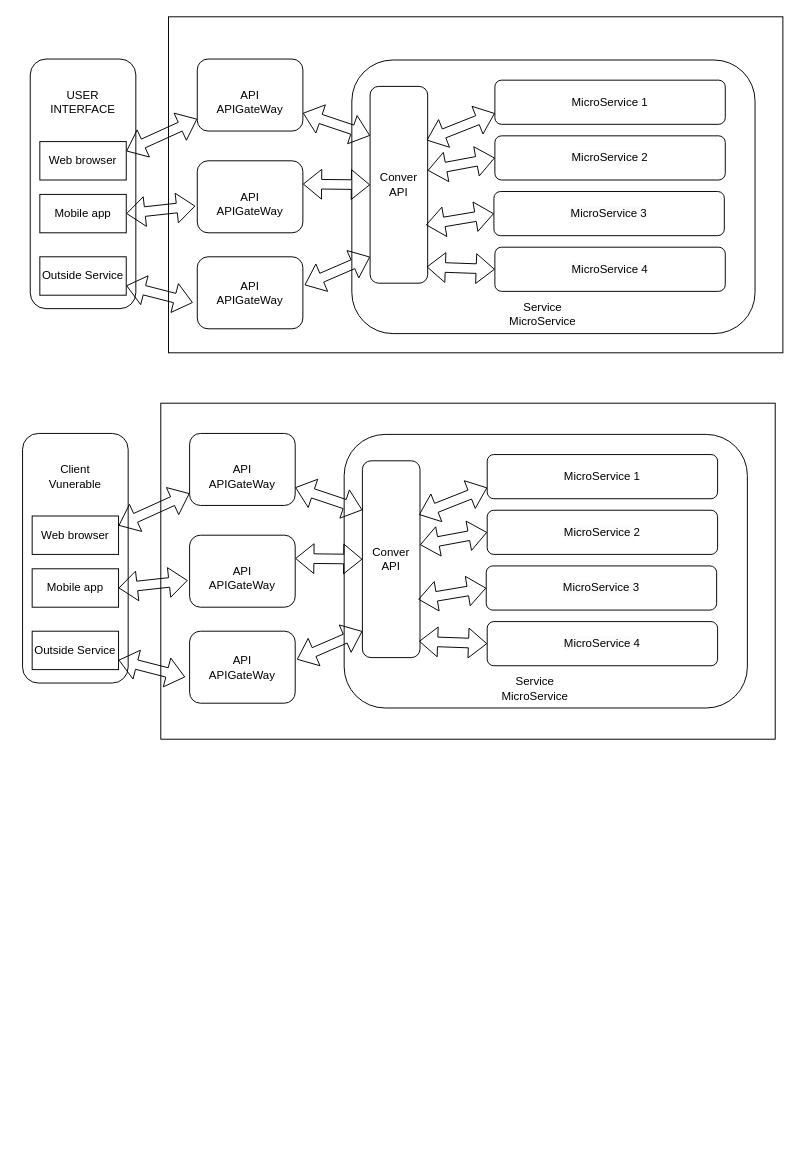
Earlier version of the draw.io diagram Biểu đồ không có tiêu đề.drawio (Sang-ATTN-UIT/API-GateWay). Source tidied: cells renumbered, new cells numbered last; positions are measured from the earlier drawing's top-left corner, leaving out a move shared by most shapes. Both pictures are drawn from the tidied source at 96%, with x=0, y=0 at pixel (22, 16).
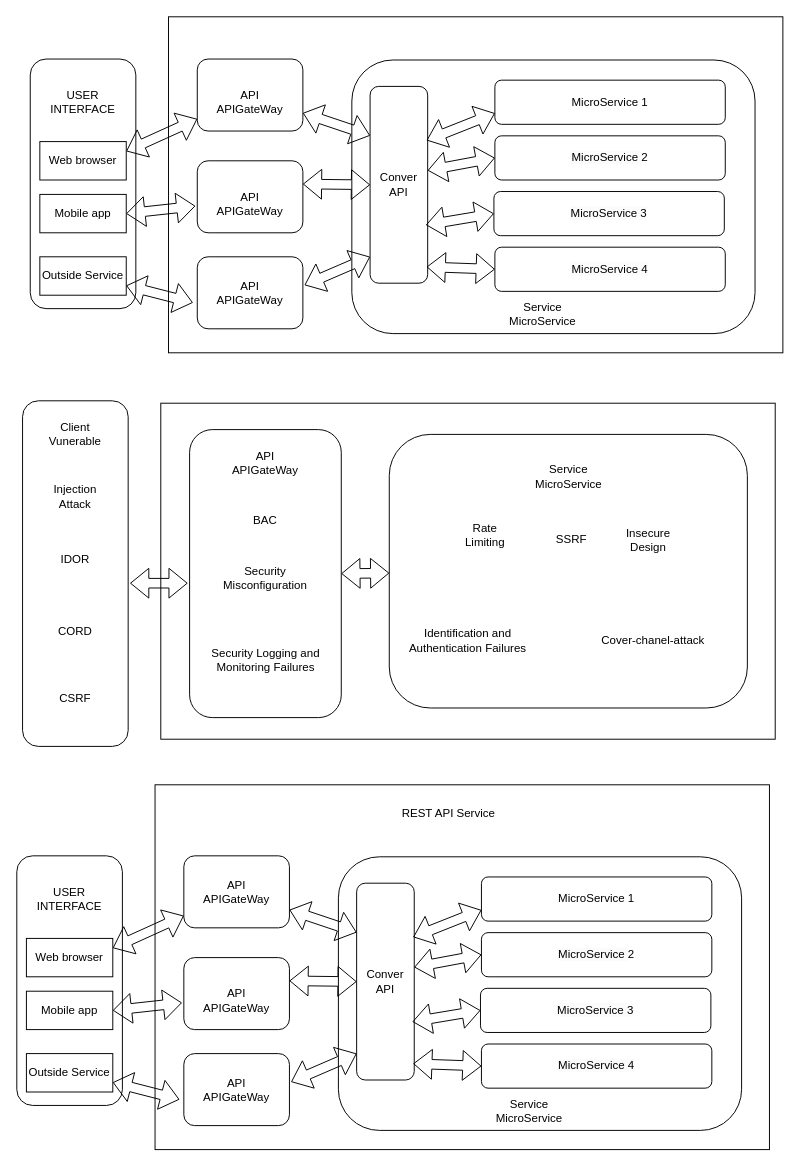
The same diagram, later.

Commit message:
Cập nhật Biểu đồ không có tiêu đề.drawio

What changed in the source:
```diff
@@
     <mxCell id="32" style="rounded=1;whiteSpace=wrap;html=1;" parent="1" vertex="1">
-      <mxGeometry y="434" width="110" height="260" as="geometry" />
+      <mxGeometry y="400" width="110" height="360" as="geometry" />
     </mxCell>
     <mxCell id="33" style="rounded=1;whiteSpace=wrap;html=1;" parent="1" vertex="1">
-      <mxGeometry x="335" y="435" width="420" height="285" as="geometry" />
+      <mxGeometry x="382" y="435" width="373" height="285" as="geometry" />
     </mxCell>
-    <mxCell id="34" style="rounded=1;whiteSpace=wrap;html=1;" parent="1" vertex="1">
-      <mxGeometry x="174" y="434" width="110" height="75" as="geometry" />
-    </mxCell>
-    <mxCell id="35" style="shape=flexArrow;endArrow=classic;startArrow=classic;html=1;rounded=0;exitX=1;exitY=0.25;exitDx=0;exitDy=0;" parent="1" edge="1" source="49" target="34">
-      <mxGeometry relative="1" as="geometry" />
-    </mxCell>
-    <mxCell id="36" style="shape=flexArrow;endArrow=classic;startArrow=classic;html=1;rounded=0;exitX=1;exitY=0.5;exitDx=0;exitDy=0;entryX=0;entryY=0.5;entryDx=0;entryDy=0;" parent="1" edge="1" target="48">
-      <mxGeometry relative="1" as="geometry">
-        <mxPoint x="284" y="564.2" as="sourcePoint" />
-      </mxGeometry>
+    <mxCell id="36" style="shape=flexArrow;endArrow=classic;startArrow=classic;html=1;rounded=0;exitX=1;exitY=0.5;exitDx=0;exitDy=0;" parent="1" edge="1" source="40" target="33">
+      <mxGeometry relative="1" as="geometry" />
     </mxCell>
     <mxCell id="37" value="Client&lt;br&gt;Vunerable" style="text;html=1;strokeColor=none;fillColor=none;align=center;verticalAlign=middle;whiteSpace=wrap;rounded=0;" parent="1" vertex="1">
-      <mxGeometry x="25" y="464" width="60" height="30" as="geometry" />
+      <mxGeometry x="25" y="420" width="60" height="30" as="geometry" />
     </mxCell>
-    <mxCell id="38" value="API&lt;br&gt;APIGateWay" style="text;html=1;strokeColor=none;fillColor=none;align=center;verticalAlign=middle;whiteSpace=wrap;rounded=0;" parent="1" vertex="1">
-      <mxGeometry x="199" y="464" width="60" height="30" as="geometry" />
-    </mxCell>
     <mxCell id="39" value="Service&lt;br&gt;MicroService" style="text;html=1;strokeColor=none;fillColor=none;align=center;verticalAlign=middle;whiteSpace=wrap;rounded=0;" parent="1" vertex="1">
-      <mxGeometry x="504" y="685" width="60" height="30" as="geometry" />
+      <mxGeometry x="538.5" y="464" width="60" height="30" as="geometry" />
     </mxCell>
     <mxCell id="40" style="rounded=1;whiteSpace=wrap;html=1;" parent="1" vertex="1">
-      <mxGeometry x="174" y="540" width="110" height="75" as="geometry" />
+      <mxGeometry x="174" y="430" width="158" height="300" as="geometry" />
     </mxCell>
     <mxCell id="41" value="API&lt;br&gt;APIGateWay" style="text;html=1;strokeColor=none;fillColor=none;align=center;verticalAlign=middle;whiteSpace=wrap;rounded=0;" parent="1" vertex="1">
-      <mxGeometry x="199" y="570" width="60" height="30" as="geometry" />
+      <mxGeometry x="223" y="450" width="60" height="30" as="geometry" />
     </mxCell>
-    <mxCell id="42" style="rounded=1;whiteSpace=wrap;html=1;" parent="1" vertex="1">
-      <mxGeometry x="174" y="640" width="110" height="75" as="geometry" />
-    </mxCell>
-    <mxCell id="43" value="API&lt;br&gt;APIGateWay" style="text;html=1;strokeColor=none;fillColor=none;align=center;verticalAlign=middle;whiteSpace=wrap;rounded=0;" parent="1" vertex="1">
-      <mxGeometry x="199" y="662.5" width="60" height="30" as="geometry" />
-    </mxCell>
-    <mxCell id="44" style="shape=flexArrow;endArrow=classic;startArrow=classic;html=1;rounded=0;entryX=-0.018;entryY=0.628;entryDx=0;entryDy=0;entryPerimeter=0;exitX=1;exitY=0.5;exitDx=0;exitDy=0;" parent="1" edge="1" source="50" target="40">
-      <mxGeometry relative="1" as="geometry" />
+    <mxCell id="44" style="shape=flexArrow;endArrow=classic;startArrow=classic;html=1;rounded=0;" parent="1" edge="1">
+      <mxGeometry relative="1" as="geometry">
+        <mxPoint x="112" y="590" as="sourcePoint" />
+        <mxPoint x="172" y="590" as="targetPoint" />
+      </mxGeometry>
     </mxCell>
-    <mxCell id="45" style="shape=flexArrow;endArrow=classic;startArrow=classic;html=1;rounded=0;entryX=-0.042;entryY=0.637;entryDx=0;entryDy=0;entryPerimeter=0;exitX=1;exitY=0.75;exitDx=0;exitDy=0;" parent="1" edge="1" source="51" target="42">
-      <mxGeometry relative="1" as="geometry" />
-    </mxCell>
-    <mxCell id="46" style="shape=flexArrow;endArrow=classic;startArrow=classic;html=1;rounded=0;exitX=1.016;exitY=0.393;exitDx=0;exitDy=0;entryX=0;entryY=0.866;entryDx=0;entryDy=0;entryPerimeter=0;exitPerimeter=0;" parent="1" edge="1" source="42" target="48">
-      <mxGeometry relative="1" as="geometry" />
-    </mxCell>
-    <mxCell id="47" style="shape=flexArrow;endArrow=classic;startArrow=classic;html=1;rounded=0;entryX=1;entryY=0.75;entryDx=0;entryDy=0;exitX=0;exitY=0.25;exitDx=0;exitDy=0;" parent="1" edge="1" source="48" target="34">
-      <mxGeometry relative="1" as="geometry" />
-    </mxCell>
+    <mxCell id="60" value="Injection Attack" style="text;html=1;strokeColor=none;fillColor=none;align=center;verticalAlign=middle;whiteSpace=wrap;rounded=0;" parent="1" vertex="1">
+      <mxGeometry x="25" y="480" width="60" height="40" as="geometry" />
+    </mxCell>
+    <mxCell id="61" value="IDOR" style="text;html=1;strokeColor=none;fillColor=none;align=center;verticalAlign=middle;whiteSpace=wrap;rounded=0;" parent="1" vertex="1">
+      <mxGeometry x="25" y="545" width="60" height="40" as="geometry" />
+    </mxCell>
+    <mxCell id="62" value="CORD" style="text;html=1;strokeColor=none;fillColor=none;align=center;verticalAlign=middle;whiteSpace=wrap;rounded=0;" parent="1" vertex="1">
+      <mxGeometry x="25" y="620" width="60" height="40" as="geometry" />
+    </mxCell>
+    <mxCell id="63" value="BAC" style="text;html=1;strokeColor=none;fillColor=none;align=center;verticalAlign=middle;whiteSpace=wrap;rounded=0;fontColor=default;" parent="1" vertex="1">
+      <mxGeometry x="223" y="505" width="60" height="40" as="geometry" />
+    </mxCell>
+    <mxCell id="64" value="&lt;span&gt;Security Misconfiguration&lt;/span&gt;" style="text;html=1;strokeColor=none;fillColor=none;align=center;verticalAlign=middle;rounded=0;whiteSpace=wrap;fontColor=default;labelBorderColor=none;fontStyle=0;" parent="1" vertex="1">
+      <mxGeometry x="223" y="565" width="60" height="40" as="geometry" />
+    </mxCell>
+    <mxCell id="65" value="Security Logging and Monitoring Failures" style="text;html=1;strokeColor=none;fillColor=none;align=center;verticalAlign=middle;whiteSpace=wrap;rounded=0;" parent="1" vertex="1">
+      <mxGeometry x="188.5" y="650" width="129" height="40" as="geometry" />
+    </mxCell>
+    <mxCell id="66" value="Rate Limiting" style="text;html=1;strokeColor=none;fillColor=none;align=center;verticalAlign=middle;whiteSpace=wrap;rounded=0;" parent="1" vertex="1">
+      <mxGeometry x="452" y="520" width="60" height="40" as="geometry" />
+    </mxCell>
+    <mxCell id="67" value="Insecure Design" style="text;html=1;strokeColor=none;fillColor=none;align=center;verticalAlign=middle;whiteSpace=wrap;rounded=0;" parent="1" vertex="1">
+      <mxGeometry x="622" y="525" width="60" height="40" as="geometry" />
+    </mxCell>
+    <mxCell id="68" value="Identification and Authentication Failures" style="text;html=1;strokeColor=none;fillColor=none;align=center;verticalAlign=middle;whiteSpace=wrap;rounded=0;" parent="1" vertex="1">
+      <mxGeometry x="400" y="630" width="128" height="40" as="geometry" />
+    </mxCell>
+    <mxCell id="69" value="SSRF" style="text;html=1;strokeColor=none;fillColor=none;align=center;verticalAlign=middle;whiteSpace=wrap;rounded=0;" parent="1" vertex="1">
+      <mxGeometry x="542" y="525" width="60" height="40" as="geometry" />
+    </mxCell>
+    <mxCell id="70" value="Cover-chanel-attack" style="text;html=1;strokeColor=none;fillColor=none;align=center;verticalAlign=middle;whiteSpace=wrap;rounded=0;" parent="1" vertex="1">
+      <mxGeometry x="582" y="630" width="150" height="40" as="geometry" />
+    </mxCell>
+    <mxCell id="71" value="CSRF" style="text;html=1;strokeColor=none;fillColor=none;align=center;verticalAlign=middle;whiteSpace=wrap;rounded=0;" parent="1" vertex="1">
+      <mxGeometry x="25" y="690" width="60" height="40" as="geometry" />
+    </mxCell>
+    <mxCell id="72" style="rounded=0;whiteSpace=wrap;html=1;" parent="1" vertex="1">
+      <mxGeometry x="138" y="800" width="640" height="380" as="geometry" />
+    </mxCell>
+    <mxCell id="73" style="rounded=1;whiteSpace=wrap;html=1;" parent="1" vertex="1">
+      <mxGeometry x="-6" y="874" width="110" height="260" as="geometry" />
+    </mxCell>
+    <mxCell id="74" style="rounded=1;whiteSpace=wrap;html=1;" parent="1" vertex="1">
+      <mxGeometry x="329" y="875" width="420" height="285" as="geometry" />
+    </mxCell>
+    <mxCell id="75" style="rounded=1;whiteSpace=wrap;html=1;" parent="1" vertex="1">
+      <mxGeometry x="168" y="874" width="110" height="75" as="geometry" />
+    </mxCell>
+    <mxCell id="76" style="shape=flexArrow;endArrow=classic;startArrow=classic;html=1;rounded=0;exitX=1;exitY=0.25;exitDx=0;exitDy=0;" parent="1" edge="1" source="49" target="75">
+      <mxGeometry relative="1" as="geometry" />
+    </mxCell>
+    <mxCell id="77" style="shape=flexArrow;endArrow=classic;startArrow=classic;html=1;rounded=0;exitX=1;exitY=0.5;exitDx=0;exitDy=0;entryX=0;entryY=0.5;entryDx=0;entryDy=0;" parent="1" edge="1" target="48">
+      <mxGeometry relative="1" as="geometry">
+        <mxPoint x="278" y="1004.2" as="sourcePoint" />
+      </mxGeometry>
+    </mxCell>
+    <mxCell id="78" value="USER&lt;br&gt;INTERFACE" style="text;html=1;strokeColor=none;fillColor=none;align=center;verticalAlign=middle;whiteSpace=wrap;rounded=0;" parent="1" vertex="1">
+      <mxGeometry x="19" y="904" width="60" height="30" as="geometry" />
+    </mxCell>
+    <mxCell id="79" value="API&lt;br&gt;APIGateWay" style="text;html=1;strokeColor=none;fillColor=none;align=center;verticalAlign=middle;whiteSpace=wrap;rounded=0;" parent="1" vertex="1">
+      <mxGeometry x="193" y="896.5" width="60" height="30" as="geometry" />
+    </mxCell>
+    <mxCell id="80" value="Service&lt;br&gt;MicroService" style="text;html=1;strokeColor=none;fillColor=none;align=center;verticalAlign=middle;whiteSpace=wrap;rounded=0;" parent="1" vertex="1">
+      <mxGeometry x="498" y="1125" width="60" height="30" as="geometry" />
+    </mxCell>
+    <mxCell id="81" style="rounded=1;whiteSpace=wrap;html=1;" parent="1" vertex="1">
+      <mxGeometry x="168" y="980" width="110" height="75" as="geometry" />
+    </mxCell>
+    <mxCell id="82" value="API&lt;br&gt;APIGateWay" style="text;html=1;strokeColor=none;fillColor=none;align=center;verticalAlign=middle;whiteSpace=wrap;rounded=0;" parent="1" vertex="1">
+      <mxGeometry x="193" y="1010" width="60" height="30" as="geometry" />
+    </mxCell>
+    <mxCell id="83" style="rounded=1;whiteSpace=wrap;html=1;" parent="1" vertex="1">
+      <mxGeometry x="168" y="1080" width="110" height="75" as="geometry" />
+    </mxCell>
+    <mxCell id="84" value="API&lt;br&gt;APIGateWay" style="text;html=1;strokeColor=none;fillColor=none;align=center;verticalAlign=middle;whiteSpace=wrap;rounded=0;" parent="1" vertex="1">
+      <mxGeometry x="193" y="1102.5" width="60" height="30" as="geometry" />
+    </mxCell>
+    <mxCell id="85" style="shape=flexArrow;endArrow=classic;startArrow=classic;html=1;rounded=0;entryX=-0.018;entryY=0.628;entryDx=0;entryDy=0;entryPerimeter=0;exitX=1;exitY=0.5;exitDx=0;exitDy=0;" parent="1" edge="1" source="50" target="81">
+      <mxGeometry relative="1" as="geometry" />
+    </mxCell>
+    <mxCell id="86" style="shape=flexArrow;endArrow=classic;startArrow=classic;html=1;rounded=0;entryX=-0.042;entryY=0.637;entryDx=0;entryDy=0;entryPerimeter=0;exitX=1;exitY=0.75;exitDx=0;exitDy=0;" parent="1" edge="1" source="51" target="83">
+      <mxGeometry relative="1" as="geometry" />
+    </mxCell>
+    <mxCell id="87" style="shape=flexArrow;endArrow=classic;startArrow=classic;html=1;rounded=0;exitX=1.016;exitY=0.393;exitDx=0;exitDy=0;entryX=0;entryY=0.866;entryDx=0;entryDy=0;entryPerimeter=0;exitPerimeter=0;" parent="1" edge="1" source="83" target="48">
+      <mxGeometry relative="1" as="geometry" />
+    </mxCell>
+    <mxCell id="88" style="shape=flexArrow;endArrow=classic;startArrow=classic;html=1;rounded=0;entryX=1;entryY=0.75;entryDx=0;entryDy=0;exitX=0;exitY=0.25;exitDx=0;exitDy=0;" parent="1" edge="1" source="48" target="75">
+      <mxGeometry relative="1" as="geometry" />
+    </mxCell>
     <mxCell id="48" value="Conver API" style="rounded=1;whiteSpace=wrap;html=1;" parent="1" vertex="1">
-      <mxGeometry x="354" y="462.5" width="60" height="205" as="geometry" />
+      <mxGeometry x="348" y="902.5" width="60" height="205" as="geometry" />
     </mxCell>
     <mxCell id="49" value="Web browser" style="rounded=0;whiteSpace=wrap;html=1;" parent="1" vertex="1">
-      <mxGeometry x="10" y="520" width="90" height="40" as="geometry" />
+      <mxGeometry x="4" y="960" width="90" height="40" as="geometry" />
     </mxCell>
     <mxCell id="50" value="Mobile app" style="rounded=0;whiteSpace=wrap;html=1;" parent="1" vertex="1">
-      <mxGeometry x="10" y="575" width="90" height="40" as="geometry" />
+      <mxGeometry x="4" y="1015" width="90" height="40" as="geometry" />
     </mxCell>
     <mxCell id="51" value="Outside Service" style="rounded=0;whiteSpace=wrap;html=1;" parent="1" vertex="1">
-      <mxGeometry x="10" y="640" width="90" height="40" as="geometry" />
+      <mxGeometry x="4" y="1080" width="90" height="40" as="geometry" />
     </mxCell>
     <mxCell id="52" value="MicroService 1" style="rounded=1;whiteSpace=wrap;html=1;" parent="1" vertex="1">
-      <mxGeometry x="484" y="456" width="240" height="46" as="geometry" />
+      <mxGeometry x="478" y="896" width="240" height="46" as="geometry" />
     </mxCell>
     <mxCell id="53" value="&lt;span style=&quot;color: rgb(0, 0, 0); font-family: Helvetica; font-size: 12px; font-style: normal; font-variant-ligatures: normal; font-variant-caps: normal; font-weight: 400; letter-spacing: normal; orphans: 2; text-align: center; text-indent: 0px; text-transform: none; widows: 2; word-spacing: 0px; -webkit-text-stroke-width: 0px; background-color: rgb(251, 251, 251); text-decoration-thickness: initial; text-decoration-style: initial; text-decoration-color: initial; float: none; display: inline !important;&quot;&gt;MicroService&lt;span&gt;&amp;nbsp;&lt;/span&gt;&lt;/span&gt;2" style="rounded=1;whiteSpace=wrap;html=1;" parent="1" vertex="1">
-      <mxGeometry x="484" y="514" width="240" height="46" as="geometry" />
+      <mxGeometry x="478" y="954" width="240" height="46" as="geometry" />
     </mxCell>
     <mxCell id="54" value="&lt;span style=&quot;color: rgb(0, 0, 0); font-family: Helvetica; font-size: 12px; font-style: normal; font-variant-ligatures: normal; font-variant-caps: normal; font-weight: 400; letter-spacing: normal; orphans: 2; text-align: center; text-indent: 0px; text-transform: none; widows: 2; word-spacing: 0px; -webkit-text-stroke-width: 0px; background-color: rgb(251, 251, 251); text-decoration-thickness: initial; text-decoration-style: initial; text-decoration-color: initial; float: none; display: inline !important;&quot;&gt;MicroService&lt;span&gt;&amp;nbsp;3&lt;/span&gt;&lt;/span&gt;" style="rounded=1;whiteSpace=wrap;html=1;" parent="1" vertex="1">
-      <mxGeometry x="483" y="572" width="240" height="46" as="geometry" />
+      <mxGeometry x="477" y="1012" width="240" height="46" as="geometry" />
     </mxCell>
     <mxCell id="55" value="&lt;span style=&quot;color: rgb(0, 0, 0); font-family: Helvetica; font-size: 12px; font-style: normal; font-variant-ligatures: normal; font-variant-caps: normal; font-weight: 400; letter-spacing: normal; orphans: 2; text-align: center; text-indent: 0px; text-transform: none; widows: 2; word-spacing: 0px; -webkit-text-stroke-width: 0px; background-color: rgb(251, 251, 251); text-decoration-thickness: initial; text-decoration-style: initial; text-decoration-color: initial; float: none; display: inline !important;&quot;&gt;MicroService&lt;span&gt;&amp;nbsp;4&lt;/span&gt;&lt;/span&gt;" style="rounded=1;whiteSpace=wrap;html=1;" parent="1" vertex="1">
-      <mxGeometry x="484" y="630" width="240" height="46" as="geometry" />
+      <mxGeometry x="478" y="1070" width="240" height="46" as="geometry" />
     </mxCell>
@@
+    <mxCell id="89" value="REST API Service" style="text;html=1;strokeColor=none;fillColor=none;align=center;verticalAlign=middle;whiteSpace=wrap;rounded=0;" parent="1" vertex="1">
+      <mxGeometry x="362" y="810" width="164" height="40" as="geometry" />
+    </mxCell>
```
